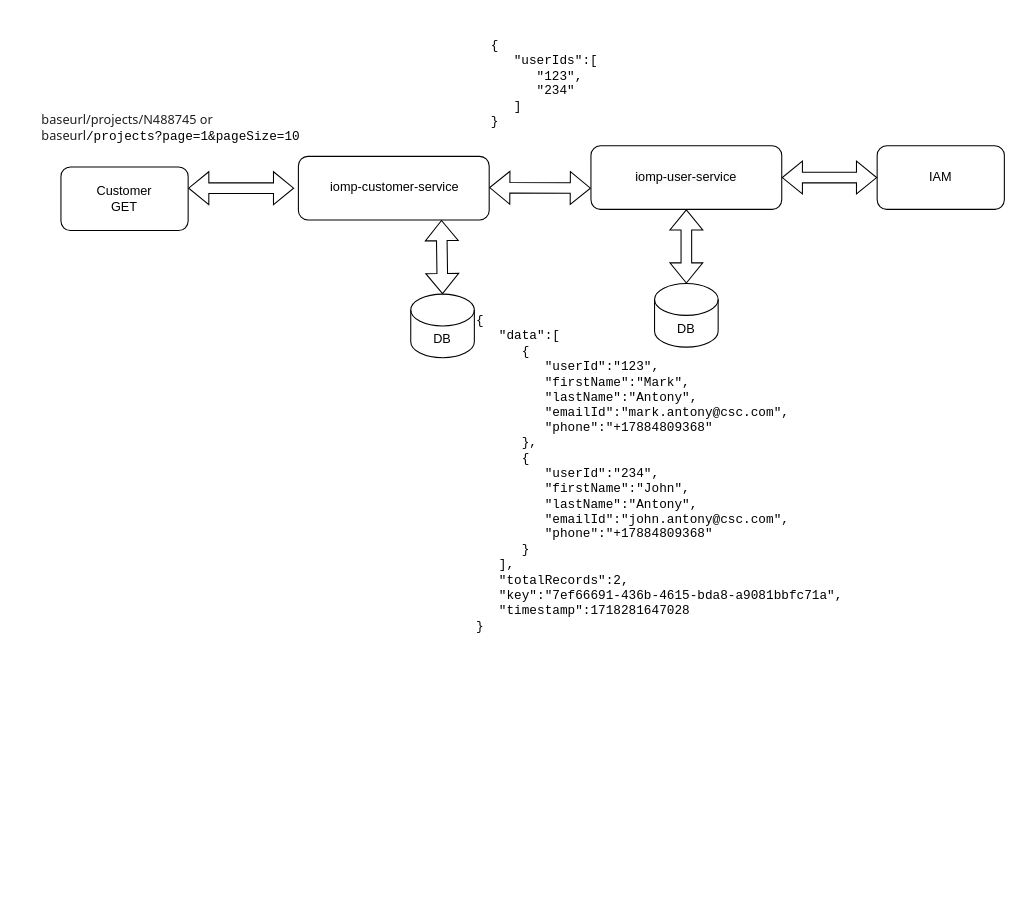
Above: src/main/java/com/wesco/model/Untitled Diagram.drawio in wesco-chandanabuduru/common-entities (draw.io), before the change. Source tidied: cells renumbered, new cells numbered last; positions are measured from the earlier drawing's top-left corner, leaving out a move shared by most shapes. Both pictures are drawn from the tidied source at 106%, with x=0, y=0 at pixel (39, 18).
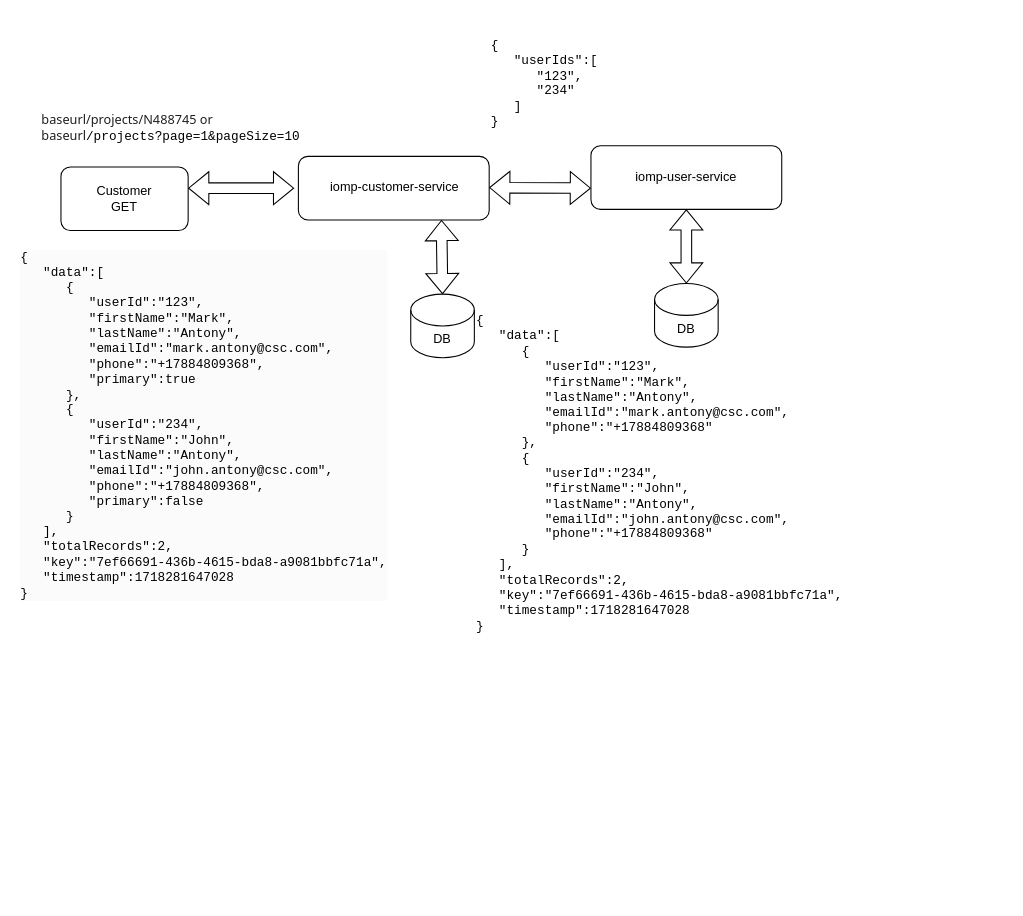
The same page after the edit.

Change to the diagram source:
```diff
@@
 <mxGraphModel>
   <root>
     <mxCell id="0" />
     <mxCell id="1" parent="0" />
     <mxCell id="2" value="&lt;div&gt;Customer&lt;/div&gt;&lt;div&gt;GET&lt;/div&gt;" style="rounded=1;whiteSpace=wrap;html=1;" parent="1" vertex="1">
       <mxGeometry x="20" y="140" width="120" height="60" as="geometry" />
     </mxCell>
     <mxCell id="3" style="rounded=1;whiteSpace=wrap;html=1;" parent="1" vertex="1">
       <mxGeometry x="244" y="130" width="180" height="60" as="geometry" />
     </mxCell>
     <mxCell id="4" value="iomp-customer-service" style="text;html=1;align=center;verticalAlign=middle;whiteSpace=wrap;rounded=0;" parent="1" vertex="1">
       <mxGeometry x="270" y="147.5" width="130" height="22.5" as="geometry" />
     </mxCell>
     <mxCell id="5" style="shape=flexArrow;endArrow=classic;startArrow=classic;html=1;rounded=0;" parent="1" edge="1">
       <mxGeometry relative="1" as="geometry">
         <mxPoint x="140" y="160" as="sourcePoint" />
         <mxPoint x="240" y="160" as="targetPoint" />
       </mxGeometry>
     </mxCell>
     <mxCell id="6" style="shape=flexArrow;endArrow=classic;startArrow=classic;html=1;rounded=0;" parent="1" edge="1">
       <mxGeometry relative="1" as="geometry">
         <mxPoint x="424" y="159.5" as="sourcePoint" />
         <mxPoint x="520" y="160" as="targetPoint" />
       </mxGeometry>
     </mxCell>
     <mxCell id="7" value="DB" style="shape=cylinder3;whiteSpace=wrap;html=1;boundedLbl=1;backgroundOutline=1;size=15;" parent="1" vertex="1">
       <mxGeometry x="350" y="260" width="60" height="60" as="geometry" />
     </mxCell>
     <mxCell id="8" value="&lt;pre style=&quot;margin-top: 0px;&quot;&gt;&lt;pre&gt;&lt;pre&gt;&lt;pre&gt;&lt;span dir=&quot;ltr&quot; class=&quot;ui-provider a b c d e f g h i j k l m n o p q r s t u v w x y z ab ac ae af ag ah ai aj ak&quot;&gt;&lt;pre&gt;&lt;span style=&quot;color: rgb(31, 31, 31); font-family: system-ui, sans-serif; white-space: normal; background-color: rgb(255, 255, 255);&quot;&gt;baseurl/projects/N488745 or baseurl&lt;/span&gt;/projects?page=1&amp;amp;pageSize=10&lt;br&gt;&lt;/pre&gt;&lt;/span&gt;&lt;/pre&gt;&lt;/pre&gt;&lt;/pre&gt;&lt;/pre&gt;" style="text;html=1;whiteSpace=wrap;overflow=hidden;rounded=0;align=left;" parent="1" vertex="1">
       <mxGeometry y="70" width="360" height="60" as="geometry" />
     </mxCell>
     <mxCell id="9" value="&lt;span style=&quot;color: rgb(0, 0, 0); font-family: Helvetica; font-size: 12px; font-style: normal; font-variant-ligatures: normal; font-variant-caps: normal; font-weight: 400; letter-spacing: normal; orphans: 2; text-align: center; text-indent: 0px; text-transform: none; widows: 2; word-spacing: 0px; -webkit-text-stroke-width: 0px; white-space: normal; background-color: rgb(251, 251, 251); text-decoration-thickness: initial; text-decoration-style: initial; text-decoration-color: initial; display: inline !important; float: none;&quot;&gt;iomp-user-service&lt;/span&gt;" style="rounded=1;whiteSpace=wrap;html=1;" parent="1" vertex="1">
       <mxGeometry x="520" y="120" width="180" height="60" as="geometry" />
     </mxCell>
     <mxCell id="10" value="DB" style="shape=cylinder3;whiteSpace=wrap;html=1;boundedLbl=1;backgroundOutline=1;size=15;" parent="1" vertex="1">
       <mxGeometry x="580" y="250" width="60" height="60" as="geometry" />
     </mxCell>
     <mxCell id="11" style="shape=flexArrow;endArrow=classic;startArrow=classic;html=1;rounded=0;entryX=0.75;entryY=1;entryDx=0;entryDy=0;exitX=0.5;exitY=0;exitDx=0;exitDy=0;exitPerimeter=0;" parent="1" edge="1" source="7" target="3">
       <mxGeometry relative="1" as="geometry" />
     </mxCell>
     <mxCell id="12" style="shape=flexArrow;endArrow=classic;startArrow=classic;html=1;rounded=0;exitX=0.5;exitY=0;exitDx=0;exitDy=0;exitPerimeter=0;entryX=0.5;entryY=1;entryDx=0;entryDy=0;" parent="1" edge="1" source="10" target="9">
       <mxGeometry relative="1" as="geometry" />
     </mxCell>
     <mxCell id="13" value="&lt;pre style=&quot;margin-top: 0px;&quot;&gt;&lt;pre&gt;&lt;pre&gt;&lt;pre&gt;&lt;span dir=&quot;ltr&quot; class=&quot;ui-provider a b c d e f g h i j k l m n o p q r s t u v w x y z ab ac ae af ag ah ai aj ak&quot;&gt;&lt;pre&gt;{&lt;br/&gt;   &quot;userIds&quot;:[&lt;br/&gt;      &quot;123&quot;,&lt;br/&gt;      &quot;234&quot;&lt;br/&gt;   ]&lt;br/&gt;}&lt;br&gt;&lt;/pre&gt;&lt;/span&gt;&lt;/pre&gt;&lt;/pre&gt;&lt;/pre&gt;&lt;/pre&gt;" style="text;html=1;whiteSpace=wrap;overflow=hidden;rounded=0;align=left;" parent="1" vertex="1">
       <mxGeometry x="424" width="300" height="120" as="geometry" />
     </mxCell>
     <mxCell id="14" value="&lt;pre style=&quot;margin-top: 0px;&quot;&gt;&lt;pre&gt;&lt;pre&gt;&lt;pre&gt;&lt;span dir=&quot;ltr&quot; class=&quot;ui-provider a b c d e f g h i j k l m n o p q r s t u v w x y z ab ac ae af ag ah ai aj ak&quot;&gt;&lt;pre&gt;{&lt;br&gt;   &quot;data&quot;:[&lt;br&gt;      {&lt;br&gt;         &quot;userId&quot;:&quot;123&quot;,&lt;br&gt;         &quot;firstName&quot;:&quot;Mark&quot;,&lt;br&gt;         &quot;lastName&quot;:&quot;Antony&quot;,&lt;br&gt;         &quot;emailId&quot;:&quot;mark.antony@csc.com&quot;,&lt;br&gt;         &quot;phone&quot;:&quot;+17884809368&quot;&lt;br&gt;      },&lt;br&gt;      {&lt;br&gt;         &quot;userId&quot;:&quot;234&quot;,&lt;br&gt;         &quot;firstName&quot;:&quot;John&quot;,&lt;br&gt;         &quot;lastName&quot;:&quot;Antony&quot;,&lt;br&gt;         &quot;emailId&quot;:&quot;john.antony@csc.com&quot;,&lt;br&gt;         &quot;phone&quot;:&quot;+17884809368&quot;&lt;br&gt;      }&lt;br&gt;   ],&lt;br&gt;   &quot;totalRecords&quot;:2,&lt;br&gt;   &quot;key&quot;:&quot;7ef66691-436b-4615-bda8-a9081bbfc71a&quot;,&lt;br&gt;   &quot;timestamp&quot;:1718281647028&lt;br&gt;}&lt;br&gt;&lt;/pre&gt;&lt;/span&gt;&lt;/pre&gt;&lt;/pre&gt;&lt;/pre&gt;&lt;/pre&gt;" style="text;html=1;whiteSpace=wrap;overflow=hidden;rounded=0;align=left;" parent="1" vertex="1">
       <mxGeometry x="410" y="260" width="370" height="340" as="geometry" />
     </mxCell>
-    <mxCell id="15" value="IAM" style="rounded=1;whiteSpace=wrap;html=1;" parent="1" vertex="1">
-      <mxGeometry x="790" y="120" width="120" height="60" as="geometry" />
-    </mxCell>
-    <mxCell id="16" style="shape=flexArrow;endArrow=classic;startArrow=classic;html=1;rounded=0;entryX=0;entryY=0.5;entryDx=0;entryDy=0;exitX=1;exitY=0.5;exitDx=0;exitDy=0;" parent="1" edge="1" target="15">
-      <mxGeometry relative="1" as="geometry">
-        <mxPoint x="700" y="150" as="sourcePoint" />
-      </mxGeometry>
-    </mxCell>
+    <mxCell id="17" value="&lt;pre style=&quot;background:#FBFBFB&quot;&gt;{&lt;br/&gt;   &quot;data&quot;:[&lt;br/&gt;      {&lt;br/&gt;         &quot;userId&quot;:&quot;123&quot;,&lt;br/&gt;         &quot;firstName&quot;:&quot;Mark&quot;,&lt;br/&gt;         &quot;lastName&quot;:&quot;Antony&quot;,&lt;br/&gt;         &quot;emailId&quot;:&quot;mark.antony@csc.com&quot;,&lt;br/&gt;         &quot;phone&quot;:&quot;+17884809368&quot;,&lt;br/&gt;         &quot;primary&quot;:true&lt;br/&gt;      },&lt;br/&gt;      {&lt;br/&gt;         &quot;userId&quot;:&quot;234&quot;,&lt;br/&gt;         &quot;firstName&quot;:&quot;John&quot;,&lt;br/&gt;         &quot;lastName&quot;:&quot;Antony&quot;,&lt;br/&gt;         &quot;emailId&quot;:&quot;john.antony@csc.com&quot;,&lt;br/&gt;         &quot;phone&quot;:&quot;+17884809368&quot;,&lt;br/&gt;         &quot;primary&quot;:false&lt;br/&gt;      }&lt;br/&gt;   ],&lt;br/&gt;   &quot;totalRecords&quot;:2,&lt;br/&gt;   &quot;key&quot;:&quot;7ef66691-436b-4615-bda8-a9081bbfc71a&quot;,&lt;br/&gt;   &quot;timestamp&quot;:1718281647028&lt;br/&gt;}&lt;br&gt;&lt;/pre&gt;" style="text;whiteSpace=wrap;html=1;" parent="1" vertex="1">
+      <mxGeometry x="-20" y="200" width="310" height="630" as="geometry" />
+    </mxCell>
   </root>
 </mxGraphModel>
```
